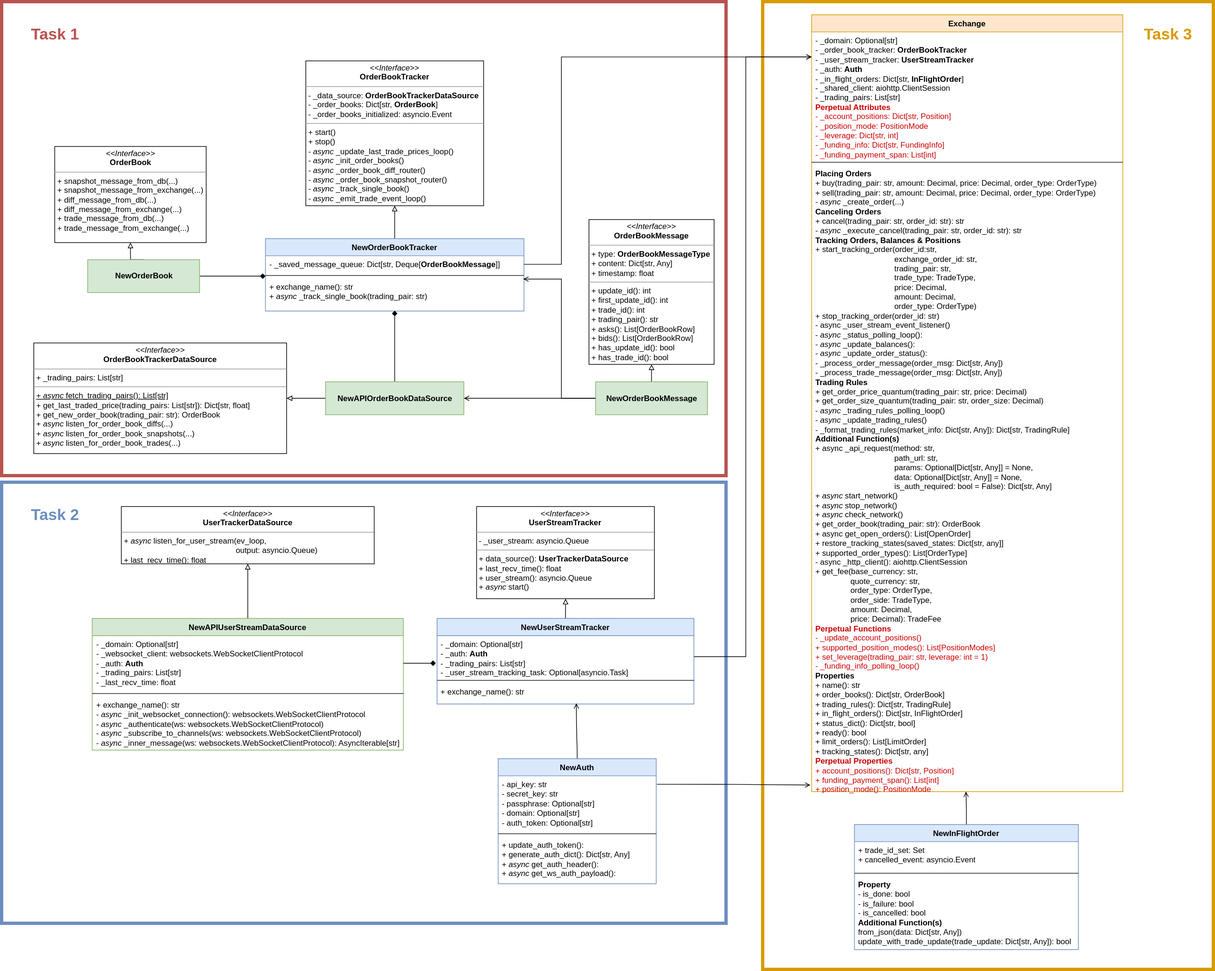
Above: documentation/docs/assets/img/connector-tutorial-uml.svg in hummingbot/hummingbot (draw.io), before the change. Source tidied: cells renumbered, new cells last; positions are measured from the earlier drawing's top-left corner, leaving out a move shared by most shapes.
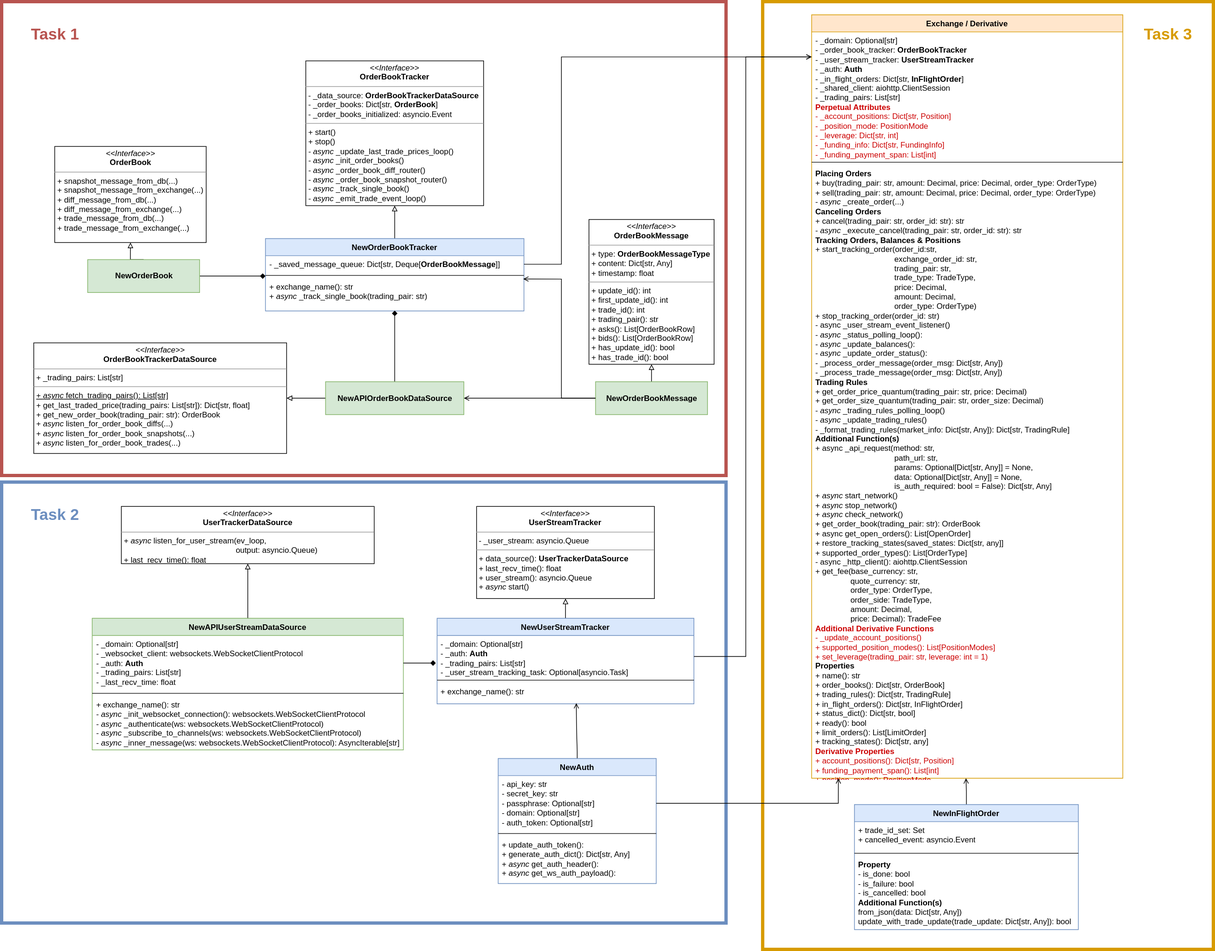
Later version of the same file.

Change to the diagram source:
```diff
@@ -3,7 +3,7 @@
     <mxCell id="0" />
     <mxCell id="1" parent="0" />
     <mxCell id="2" style="rounded=0;whiteSpace=wrap;html=1;strokeWidth=5;fillColor=none;strokeColor=#D79B00;" parent="1" vertex="1">
-      <mxGeometry x="1155.6" width="684.4" height="1470" as="geometry" />
+      <mxGeometry x="1155.6" width="684.4" height="1440" as="geometry" />
     </mxCell>
     <mxCell id="3" style="rounded=0;whiteSpace=wrap;html=1;strokeWidth=5;fillColor=none;strokeColor=#6C8EBF;" parent="1" vertex="1">
       <mxGeometry y="730" width="1100" height="670" as="geometry" />
@@ -112,8 +112,8 @@
     <mxCell id="36" style="edgeStyle=orthogonalEdgeStyle;rounded=0;jumpSize=9;jettySize=auto;html=1;exitX=1;exitY=0.5;exitDx=0;exitDy=0;entryX=-0.005;entryY=0.656;entryDx=0;entryDy=0;entryPerimeter=0;startArrow=none;startFill=0;endArrow=diamond;endFill=1;strokeWidth=1;" parent="1" edge="1" source="33" target="28">
       <mxGeometry x="-2010" y="2820" as="geometry" />
     </mxCell>
-    <mxCell id="37" value="Exchange" style="swimlane;fontStyle=1;align=center;verticalAlign=top;horizontal=1;startSize=26;strokeColor=#d79b00;strokeWidth=1;fillColor=#ffe6cc;" parent="1" vertex="1">
-      <mxGeometry x="1230" y="20" width="472.5" height="1180" as="geometry" />
+    <mxCell id="37" value="Exchange / Derivative" style="swimlane;fontStyle=1;align=center;verticalAlign=top;horizontal=1;startSize=26;strokeColor=#d79b00;strokeWidth=1;fillColor=#ffe6cc;" parent="1" vertex="1">
+      <mxGeometry x="1230" y="20" width="472.5" height="1160" as="geometry" />
     </mxCell>
     <mxCell id="38" value="- _domain: Optional[str]&lt;br&gt;- _order_book_tracker: &lt;b&gt;OrderBookTracker&lt;/b&gt;&lt;br&gt;- _user_stream_tracker: &lt;b&gt;UserStreamTracker&lt;/b&gt;&lt;br&gt;- _auth: &lt;b&gt;Auth&lt;br&gt;&lt;/b&gt;- _in_flight_orders: Dict[str, &lt;b&gt;InFlightOrder&lt;/b&gt;]&lt;br&gt;- _shared_client: aiohttp.ClientSession&lt;br&gt;- _trading_pairs: List[str]&lt;br&gt;&lt;b&gt;&lt;font color=&quot;#cc0000&quot;&gt;Perpetual Attributes&lt;br&gt;&lt;/font&gt;&lt;/b&gt;&lt;font color=&quot;#cc0000&quot;&gt;- _account_positions: Dict[str, Position]&lt;br&gt;- _position_mode: PositionMode&lt;br&gt;- _leverage: Dict[str, int]&lt;br&gt;- _funding_info: Dict[str, FundingInfo]&lt;br&gt;- _funding_payment_span: List[int]&lt;br&gt;&lt;/font&gt;" style="text;strokeColor=none;fillColor=none;align=left;verticalAlign=top;spacingLeft=4;spacingRight=4;overflow=hidden;points=[[0,0.5],[1,0.5]];portConstraint=eastwest;html=1;" parent="37" vertex="1">
       <mxGeometry y="26" width="472.5" height="194" as="geometry" />
@@ -121,8 +121,8 @@
     <mxCell id="39" style="line;strokeWidth=1;fillColor=none;align=left;verticalAlign=middle;spacingTop=-1;spacingLeft=3;spacingRight=3;labelPosition=right;" parent="37" vertex="1">
       <mxGeometry y="220" width="472.5" height="8" as="geometry" />
     </mxCell>
-    <mxCell id="40" value="&lt;b&gt;Placing Orders&lt;br&gt;&lt;/b&gt;+ buy(trading_pair: str, amount: Decimal, price: Decimal, order_type: OrderType)&lt;br&gt;+ sell(trading_pair: str, amount: Decimal, price: Decimal, order_type: OrderType)&lt;br&gt;- &lt;i&gt;async&lt;/i&gt; _create_order(...)&lt;br&gt;&lt;b&gt;Canceling Orders&lt;br&gt;&lt;/b&gt;+ cancel(trading_pair: str, order_id: str): str&lt;br&gt;- &lt;i&gt;async&lt;/i&gt;&amp;nbsp;_execute_cancel(trading_pair: str, order_id: str): str&lt;br&gt;&lt;b&gt;Tracking Orders, Balances &amp;amp; Positions&lt;br&gt;&lt;/b&gt;+ start_tracking_order(order_id:str, &lt;br&gt;&amp;nbsp; &amp;nbsp; &amp;nbsp; &amp;nbsp; &amp;nbsp; &amp;nbsp; &amp;nbsp; &amp;nbsp; &amp;nbsp; &amp;nbsp; &amp;nbsp; &amp;nbsp; &amp;nbsp; &amp;nbsp; &amp;nbsp; &amp;nbsp; &amp;nbsp; &amp;nbsp; exchange_order_id: str,&lt;br&gt;&amp;nbsp; &amp;nbsp; &amp;nbsp; &amp;nbsp; &amp;nbsp; &amp;nbsp; &amp;nbsp; &amp;nbsp; &amp;nbsp; &amp;nbsp; &amp;nbsp; &amp;nbsp; &amp;nbsp; &amp;nbsp; &amp;nbsp; &amp;nbsp; &amp;nbsp; &amp;nbsp; trading_pair: str,&lt;br&gt;&amp;nbsp; &amp;nbsp; &amp;nbsp; &amp;nbsp; &amp;nbsp; &amp;nbsp; &amp;nbsp; &amp;nbsp; &amp;nbsp; &amp;nbsp; &amp;nbsp; &amp;nbsp; &amp;nbsp; &amp;nbsp; &amp;nbsp; &amp;nbsp; &amp;nbsp; &amp;nbsp; trade_type: TradeType,&lt;br&gt;&amp;nbsp; &amp;nbsp; &amp;nbsp; &amp;nbsp; &amp;nbsp; &amp;nbsp; &amp;nbsp; &amp;nbsp; &amp;nbsp; &amp;nbsp; &amp;nbsp; &amp;nbsp; &amp;nbsp; &amp;nbsp; &amp;nbsp; &amp;nbsp; &amp;nbsp; &amp;nbsp; price: Decimal,&lt;br&gt;&amp;nbsp; &amp;nbsp; &amp;nbsp; &amp;nbsp; &amp;nbsp; &amp;nbsp; &amp;nbsp; &amp;nbsp; &amp;nbsp; &amp;nbsp; &amp;nbsp; &amp;nbsp; &amp;nbsp; &amp;nbsp; &amp;nbsp; &amp;nbsp; &amp;nbsp; &amp;nbsp; amount: Decimal,&lt;br&gt;&amp;nbsp; &amp;nbsp; &amp;nbsp; &amp;nbsp; &amp;nbsp; &amp;nbsp; &amp;nbsp; &amp;nbsp; &amp;nbsp; &amp;nbsp; &amp;nbsp; &amp;nbsp; &amp;nbsp; &amp;nbsp; &amp;nbsp; &amp;nbsp; &amp;nbsp; &amp;nbsp; order_type: OrderType)&lt;br&gt;+ stop_tracking_order(order_id: str)&lt;br&gt;- async _user_stream_event_listener()&lt;br&gt;- &lt;i&gt;async&lt;/i&gt;&amp;nbsp;_status_polling_loop():&lt;br&gt;- &lt;i&gt;async&lt;/i&gt;&amp;nbsp;_update_balances():&lt;br&gt;- &lt;i&gt;async&lt;/i&gt;&amp;nbsp;_update_order_status():&lt;br&gt;- _process_order_message(order_msg: Dict[str, Any])&lt;br&gt;- _process_trade_message(order_msg: Dict[str, Any])&lt;br&gt;&lt;b&gt;Trading Rules&lt;br&gt;&lt;/b&gt;+ get_order_price_quantum(trading_pair: str, price: Decimal)&lt;br&gt;+ get_order_size_quantum(trading_pair: str, order_size: Decimal)&lt;br&gt;- &lt;i&gt;async&lt;/i&gt;&amp;nbsp;_trading_rules_polling_loop()&lt;br&gt;- &lt;i&gt;async&lt;/i&gt; _update_trading_rules()&lt;br&gt;- _format_trading_rules(market_info: Dict[str, Any]): Dict[str, TradingRule]&lt;br&gt;&lt;b&gt;Additional Function(s)&lt;/b&gt;&lt;br&gt;+ async _api_request(method: str,&lt;br&gt;&amp;nbsp; &amp;nbsp; &amp;nbsp; &amp;nbsp; &amp;nbsp; &amp;nbsp; &amp;nbsp; &amp;nbsp; &amp;nbsp; &amp;nbsp; &amp;nbsp; &amp;nbsp; &amp;nbsp; &amp;nbsp; &amp;nbsp; &amp;nbsp; &amp;nbsp; &amp;nbsp; path_url: str,&lt;br&gt;&amp;nbsp; &amp;nbsp; &amp;nbsp; &amp;nbsp; &amp;nbsp; &amp;nbsp; &amp;nbsp; &amp;nbsp; &amp;nbsp; &amp;nbsp; &amp;nbsp; &amp;nbsp; &amp;nbsp; &amp;nbsp; &amp;nbsp; &amp;nbsp; &amp;nbsp; &amp;nbsp; params: Optional[Dict[str, Any]] = None,&lt;br&gt;&amp;nbsp; &amp;nbsp; &amp;nbsp; &amp;nbsp; &amp;nbsp; &amp;nbsp; &amp;nbsp; &amp;nbsp; &amp;nbsp; &amp;nbsp; &amp;nbsp; &amp;nbsp; &amp;nbsp; &amp;nbsp; &amp;nbsp; &amp;nbsp; &amp;nbsp; &amp;nbsp; data: Optional[Dict[str, Any]] = None,&lt;br&gt;&amp;nbsp; &amp;nbsp; &amp;nbsp; &amp;nbsp; &amp;nbsp; &amp;nbsp; &amp;nbsp; &amp;nbsp; &amp;nbsp; &amp;nbsp; &amp;nbsp; &amp;nbsp; &amp;nbsp; &amp;nbsp; &amp;nbsp; &amp;nbsp; &amp;nbsp; &amp;nbsp; is_auth_required: bool = False): Dict[str, Any]&lt;br&gt;+ &lt;i&gt;async&lt;/i&gt; start_network()&lt;br&gt;+ &lt;i&gt;async&lt;/i&gt; stop_network()&lt;br&gt;+ &lt;i&gt;async&lt;/i&gt; check_network()&lt;br&gt;+ get_order_book(trading_pair: str): OrderBook&lt;br&gt;+ async get_open_orders(): List[OpenOrder]&lt;br&gt;+ restore_tracking_states(saved_states: Dict[str, any]]&lt;br&gt;+ supported_order_types(): List[OrderType]&lt;br&gt;- async _http_client(): aiohttp.ClientSession&lt;br&gt;+ get_fee(base_currency: str,&lt;br&gt;&amp;nbsp; &amp;nbsp; &amp;nbsp; &amp;nbsp; &amp;nbsp; &amp;nbsp; &amp;nbsp; &amp;nbsp; quote_currency: str,&lt;br&gt;&amp;nbsp; &amp;nbsp; &amp;nbsp; &amp;nbsp; &amp;nbsp; &amp;nbsp; &amp;nbsp; &amp;nbsp; order_type: OrderType,&lt;br&gt;&amp;nbsp; &amp;nbsp; &amp;nbsp; &amp;nbsp; &amp;nbsp; &amp;nbsp; &amp;nbsp; &amp;nbsp; order_side: TradeType,&lt;br&gt;&amp;nbsp; &amp;nbsp; &amp;nbsp; &amp;nbsp; &amp;nbsp; &amp;nbsp; &amp;nbsp; &amp;nbsp; amount: Decimal,&lt;br&gt;&amp;nbsp; &amp;nbsp; &amp;nbsp; &amp;nbsp; &amp;nbsp; &amp;nbsp; &amp;nbsp; &amp;nbsp; price: Decimal): TradeFee&lt;br&gt;&lt;b&gt;&lt;font color=&quot;#cc0000&quot;&gt;Perpetual Functions&lt;/font&gt;&lt;/b&gt;&lt;span style=&quot;color: rgb(204 , 0 , 0)&quot;&gt;&lt;br&gt;&lt;/span&gt;&lt;font color=&quot;#cc0000&quot;&gt;- _update_account_positions()&lt;/font&gt;&lt;br style=&quot;color: rgb(204 , 0 , 0)&quot;&gt;&lt;span style=&quot;color: rgb(204 , 0 , 0)&quot;&gt;+ supported_position_modes(): List[PositionModes]&lt;/span&gt;&lt;font color=&quot;#cc0000&quot;&gt;&lt;br&gt;+ set_leverage(trading_pair: str, leverage: int = 1)&lt;br&gt;&lt;/font&gt;&lt;span style=&quot;color: rgb(204 , 0 , 0)&quot;&gt;- _funding_info_polling_loop()&lt;/span&gt;&lt;br&gt;&lt;b&gt;Properties&lt;/b&gt;&lt;br&gt;+ name(): str&lt;br&gt;+ order_books(): Dict[str, OrderBook]&lt;br&gt;+ trading_rules(): Dict[str, TradingRule]&lt;br&gt;+ in_flight_orders(): Dict[str, InFlightOrder]&lt;br&gt;+ status_dict(): Dict[str, bool]&lt;br&gt;+ ready(): bool&lt;br&gt;+ limit_orders(): List[LimitOrder]&lt;br&gt;+ tracking_states(): Dict[str, any]&lt;br&gt;&lt;font color=&quot;#cc0000&quot;&gt;&lt;b&gt;Perpetual Properties&lt;/b&gt;&lt;br&gt;+ account_positions(): Dict[str, Position]&lt;br&gt;+ funding_payment_span(): List[int]&lt;br&gt;+ position_mode(): PositionMode&lt;br&gt;&lt;/font&gt;" style="text;strokeColor=none;fillColor=none;align=left;verticalAlign=top;spacingLeft=4;spacingRight=4;overflow=hidden;points=[[0,0.5],[1,0.5]];portConstraint=eastwest;html=1;" parent="37" vertex="1">
-      <mxGeometry y="228" width="472.5" height="952" as="geometry" />
+    <mxCell id="40" value="&lt;b&gt;Placing Orders&lt;br&gt;&lt;/b&gt;+ buy(trading_pair: str, amount: Decimal, price: Decimal, order_type: OrderType)&lt;br&gt;+ sell(trading_pair: str, amount: Decimal, price: Decimal, order_type: OrderType)&lt;br&gt;- &lt;i&gt;async&lt;/i&gt; _create_order(...)&lt;br&gt;&lt;b&gt;Canceling Orders&lt;br&gt;&lt;/b&gt;+ cancel(trading_pair: str, order_id: str): str&lt;br&gt;- &lt;i&gt;async&lt;/i&gt;&amp;nbsp;_execute_cancel(trading_pair: str, order_id: str): str&lt;br&gt;&lt;b&gt;Tracking Orders, Balances &amp;amp; Positions&lt;br&gt;&lt;/b&gt;+ start_tracking_order(order_id:str, &lt;br&gt;&amp;nbsp; &amp;nbsp; &amp;nbsp; &amp;nbsp; &amp;nbsp; &amp;nbsp; &amp;nbsp; &amp;nbsp; &amp;nbsp; &amp;nbsp; &amp;nbsp; &amp;nbsp; &amp;nbsp; &amp;nbsp; &amp;nbsp; &amp;nbsp; &amp;nbsp; &amp;nbsp; exchange_order_id: str,&lt;br&gt;&amp;nbsp; &amp;nbsp; &amp;nbsp; &amp;nbsp; &amp;nbsp; &amp;nbsp; &amp;nbsp; &amp;nbsp; &amp;nbsp; &amp;nbsp; &amp;nbsp; &amp;nbsp; &amp;nbsp; &amp;nbsp; &amp;nbsp; &amp;nbsp; &amp;nbsp; &amp;nbsp; trading_pair: str,&lt;br&gt;&amp;nbsp; &amp;nbsp; &amp;nbsp; &amp;nbsp; &amp;nbsp; &amp;nbsp; &amp;nbsp; &amp;nbsp; &amp;nbsp; &amp;nbsp; &amp;nbsp; &amp;nbsp; &amp;nbsp; &amp;nbsp; &amp;nbsp; &amp;nbsp; &amp;nbsp; &amp;nbsp; trade_type: TradeType,&lt;br&gt;&amp;nbsp; &amp;nbsp; &amp;nbsp; &amp;nbsp; &amp;nbsp; &amp;nbsp; &amp;nbsp; &amp;nbsp; &amp;nbsp; &amp;nbsp; &amp;nbsp; &amp;nbsp; &amp;nbsp; &amp;nbsp; &amp;nbsp; &amp;nbsp; &amp;nbsp; &amp;nbsp; price: Decimal,&lt;br&gt;&amp;nbsp; &amp;nbsp; &amp;nbsp; &amp;nbsp; &amp;nbsp; &amp;nbsp; &amp;nbsp; &amp;nbsp; &amp;nbsp; &amp;nbsp; &amp;nbsp; &amp;nbsp; &amp;nbsp; &amp;nbsp; &amp;nbsp; &amp;nbsp; &amp;nbsp; &amp;nbsp; amount: Decimal,&lt;br&gt;&amp;nbsp; &amp;nbsp; &amp;nbsp; &amp;nbsp; &amp;nbsp; &amp;nbsp; &amp;nbsp; &amp;nbsp; &amp;nbsp; &amp;nbsp; &amp;nbsp; &amp;nbsp; &amp;nbsp; &amp;nbsp; &amp;nbsp; &amp;nbsp; &amp;nbsp; &amp;nbsp; order_type: OrderType)&lt;br&gt;+ stop_tracking_order(order_id: str)&lt;br&gt;- async _user_stream_event_listener()&lt;br&gt;- &lt;i&gt;async&lt;/i&gt;&amp;nbsp;_status_polling_loop():&lt;br&gt;- &lt;i&gt;async&lt;/i&gt;&amp;nbsp;_update_balances():&lt;br&gt;- &lt;i&gt;async&lt;/i&gt;&amp;nbsp;_update_order_status():&lt;br&gt;- _process_order_message(order_msg: Dict[str, Any])&lt;br&gt;- _process_trade_message(order_msg: Dict[str, Any])&lt;br&gt;&lt;b&gt;Trading Rules&lt;br&gt;&lt;/b&gt;+ get_order_price_quantum(trading_pair: str, price: Decimal)&lt;br&gt;+ get_order_size_quantum(trading_pair: str, order_size: Decimal)&lt;br&gt;- &lt;i&gt;async&lt;/i&gt;&amp;nbsp;_trading_rules_polling_loop()&lt;br&gt;- &lt;i&gt;async&lt;/i&gt; _update_trading_rules()&lt;br&gt;- _format_trading_rules(market_info: Dict[str, Any]): Dict[str, TradingRule]&lt;br&gt;&lt;b&gt;Additional Function(s)&lt;/b&gt;&lt;br&gt;+ async _api_request(method: str,&lt;br&gt;&amp;nbsp; &amp;nbsp; &amp;nbsp; &amp;nbsp; &amp;nbsp; &amp;nbsp; &amp;nbsp; &amp;nbsp; &amp;nbsp; &amp;nbsp; &amp;nbsp; &amp;nbsp; &amp;nbsp; &amp;nbsp; &amp;nbsp; &amp;nbsp; &amp;nbsp; &amp;nbsp; path_url: str,&lt;br&gt;&amp;nbsp; &amp;nbsp; &amp;nbsp; &amp;nbsp; &amp;nbsp; &amp;nbsp; &amp;nbsp; &amp;nbsp; &amp;nbsp; &amp;nbsp; &amp;nbsp; &amp;nbsp; &amp;nbsp; &amp;nbsp; &amp;nbsp; &amp;nbsp; &amp;nbsp; &amp;nbsp; params: Optional[Dict[str, Any]] = None,&lt;br&gt;&amp;nbsp; &amp;nbsp; &amp;nbsp; &amp;nbsp; &amp;nbsp; &amp;nbsp; &amp;nbsp; &amp;nbsp; &amp;nbsp; &amp;nbsp; &amp;nbsp; &amp;nbsp; &amp;nbsp; &amp;nbsp; &amp;nbsp; &amp;nbsp; &amp;nbsp; &amp;nbsp; data: Optional[Dict[str, Any]] = None,&lt;br&gt;&amp;nbsp; &amp;nbsp; &amp;nbsp; &amp;nbsp; &amp;nbsp; &amp;nbsp; &amp;nbsp; &amp;nbsp; &amp;nbsp; &amp;nbsp; &amp;nbsp; &amp;nbsp; &amp;nbsp; &amp;nbsp; &amp;nbsp; &amp;nbsp; &amp;nbsp; &amp;nbsp; is_auth_required: bool = False): Dict[str, Any]&lt;br&gt;+ &lt;i&gt;async&lt;/i&gt; start_network()&lt;br&gt;+ &lt;i&gt;async&lt;/i&gt; stop_network()&lt;br&gt;+ &lt;i&gt;async&lt;/i&gt; check_network()&lt;br&gt;+ get_order_book(trading_pair: str): OrderBook&lt;br&gt;+ async get_open_orders(): List[OpenOrder]&lt;br&gt;+ restore_tracking_states(saved_states: Dict[str, any]]&lt;br&gt;+ supported_order_types(): List[OrderType]&lt;br&gt;- async _http_client(): aiohttp.ClientSession&lt;br&gt;+ get_fee(base_currency: str,&lt;br&gt;&amp;nbsp; &amp;nbsp; &amp;nbsp; &amp;nbsp; &amp;nbsp; &amp;nbsp; &amp;nbsp; &amp;nbsp; quote_currency: str,&lt;br&gt;&amp;nbsp; &amp;nbsp; &amp;nbsp; &amp;nbsp; &amp;nbsp; &amp;nbsp; &amp;nbsp; &amp;nbsp; order_type: OrderType,&lt;br&gt;&amp;nbsp; &amp;nbsp; &amp;nbsp; &amp;nbsp; &amp;nbsp; &amp;nbsp; &amp;nbsp; &amp;nbsp; order_side: TradeType,&lt;br&gt;&amp;nbsp; &amp;nbsp; &amp;nbsp; &amp;nbsp; &amp;nbsp; &amp;nbsp; &amp;nbsp; &amp;nbsp; amount: Decimal,&lt;br&gt;&amp;nbsp; &amp;nbsp; &amp;nbsp; &amp;nbsp; &amp;nbsp; &amp;nbsp; &amp;nbsp; &amp;nbsp; price: Decimal): TradeFee&lt;br&gt;&lt;b&gt;&lt;font color=&quot;#cc0000&quot;&gt;Additional Derivative Functions&lt;/font&gt;&lt;/b&gt;&lt;span style=&quot;color: rgb(204 , 0 , 0)&quot;&gt;&lt;br&gt;&lt;/span&gt;&lt;font color=&quot;#cc0000&quot;&gt;- _update_account_positions()&lt;/font&gt;&lt;br style=&quot;color: rgb(204 , 0 , 0)&quot;&gt;&lt;span style=&quot;color: rgb(204 , 0 , 0)&quot;&gt;+ supported_position_modes(): List[PositionModes]&lt;/span&gt;&lt;font color=&quot;#cc0000&quot;&gt;&lt;br&gt;+ set_leverage(trading_pair: str, leverage: int = 1)&lt;/font&gt;&lt;br&gt;&lt;b&gt;Properties&lt;/b&gt;&lt;br&gt;+ name(): str&lt;br&gt;+ order_books(): Dict[str, OrderBook]&lt;br&gt;+ trading_rules(): Dict[str, TradingRule]&lt;br&gt;+ in_flight_orders(): Dict[str, InFlightOrder]&lt;br&gt;+ status_dict(): Dict[str, bool]&lt;br&gt;+ ready(): bool&lt;br&gt;+ limit_orders(): List[LimitOrder]&lt;br&gt;+ tracking_states(): Dict[str, any]&lt;br&gt;&lt;font color=&quot;#cc0000&quot;&gt;&lt;b&gt;Derivative Properties&lt;/b&gt;&lt;br&gt;+ account_positions(): Dict[str, Position]&lt;br&gt;+ funding_payment_span(): List[int]&lt;br&gt;+ position_mode(): PositionMode&lt;br&gt;&lt;/font&gt;" style="text;strokeColor=none;fillColor=none;align=left;verticalAlign=top;spacingLeft=4;spacingRight=4;overflow=hidden;points=[[0,0.5],[1,0.5]];portConstraint=eastwest;html=1;" parent="37" vertex="1">
+      <mxGeometry y="228" width="472.5" height="932" as="geometry" />
     </mxCell>
     <mxCell id="41" style="edgeStyle=orthogonalEdgeStyle;rounded=0;jumpSize=9;jettySize=auto;html=1;exitX=0.5;exitY=0;exitDx=0;exitDy=0;startArrow=none;startFill=0;endArrow=open;endFill=0;strokeWidth=1;entryX=0.496;entryY=1;entryDx=0;entryDy=0;entryPerimeter=0;" parent="1" edge="1" source="47" target="40">
       <mxGeometry x="-2205" y="2820" as="geometry" />
@@ -154,7 +154,7 @@
       <mxGeometry x="1730" y="30" width="100" height="40" as="geometry" />
     </mxCell>
     <mxCell id="47" value="NewInFlightOrder" style="swimlane;fontStyle=1;align=center;verticalAlign=top;horizontal=1;startSize=26;strokeColor=#6c8ebf;strokeWidth=1;fillColor=#dae8fc;" parent="1" vertex="1">
-      <mxGeometry x="1295" y="1250" width="340" height="190" as="geometry" />
+      <mxGeometry x="1295" y="1220" width="340" height="190" as="geometry" />
     </mxCell>
     <mxCell id="48" value="+ trade_id_set: Set&lt;br&gt;+ cancelled_event: asyncio.Event" style="text;strokeColor=none;fillColor=none;align=left;verticalAlign=top;spacingLeft=4;spacingRight=4;overflow=hidden;html=1;" parent="47" vertex="1">
       <mxGeometry y="26" width="340" height="44" as="geometry" />
@@ -186,9 +186,11 @@
     <mxCell id="55" value="+ update_auth_token():&lt;br&gt;+ generate_auth_dict(): Dict[str, Any]&lt;br&gt;+ &lt;i&gt;async&lt;/i&gt; get_auth_header():&lt;br&gt;+ &lt;i&gt;async&lt;/i&gt; get_ws_auth_payload():" style="text;strokeColor=none;fillColor=none;align=left;verticalAlign=top;spacingLeft=4;spacingRight=4;overflow=hidden;fontStyle=0;html=1;" parent="52" vertex="1">
       <mxGeometry y="118" width="240" height="72" as="geometry" />
     </mxCell>
-    <mxCell id="56" style="edgeStyle=orthogonalEdgeStyle;rounded=0;jumpSize=9;jettySize=auto;html=1;exitX=1.004;exitY=0.153;exitDx=0;exitDy=0;startArrow=none;startFill=0;endArrow=open;endFill=0;strokeWidth=1;exitPerimeter=0;" parent="1" edge="1" source="53">
+    <mxCell id="56" style="edgeStyle=orthogonalEdgeStyle;rounded=0;jumpSize=9;jettySize=auto;html=1;startArrow=none;startFill=0;endArrow=open;endFill=0;strokeWidth=1;entryX=0.086;entryY=1;entryDx=0;entryDy=0;entryPerimeter=0;" parent="1" edge="1" source="53" target="40">
       <mxGeometry relative="1" as="geometry">
-        <mxPoint x="1228" y="1190" as="targetPoint" />
+        <Array as="points">
+          <mxPoint x="1271" y="1218" />
+        </Array>
       </mxGeometry>
     </mxCell>
   </root>
```
